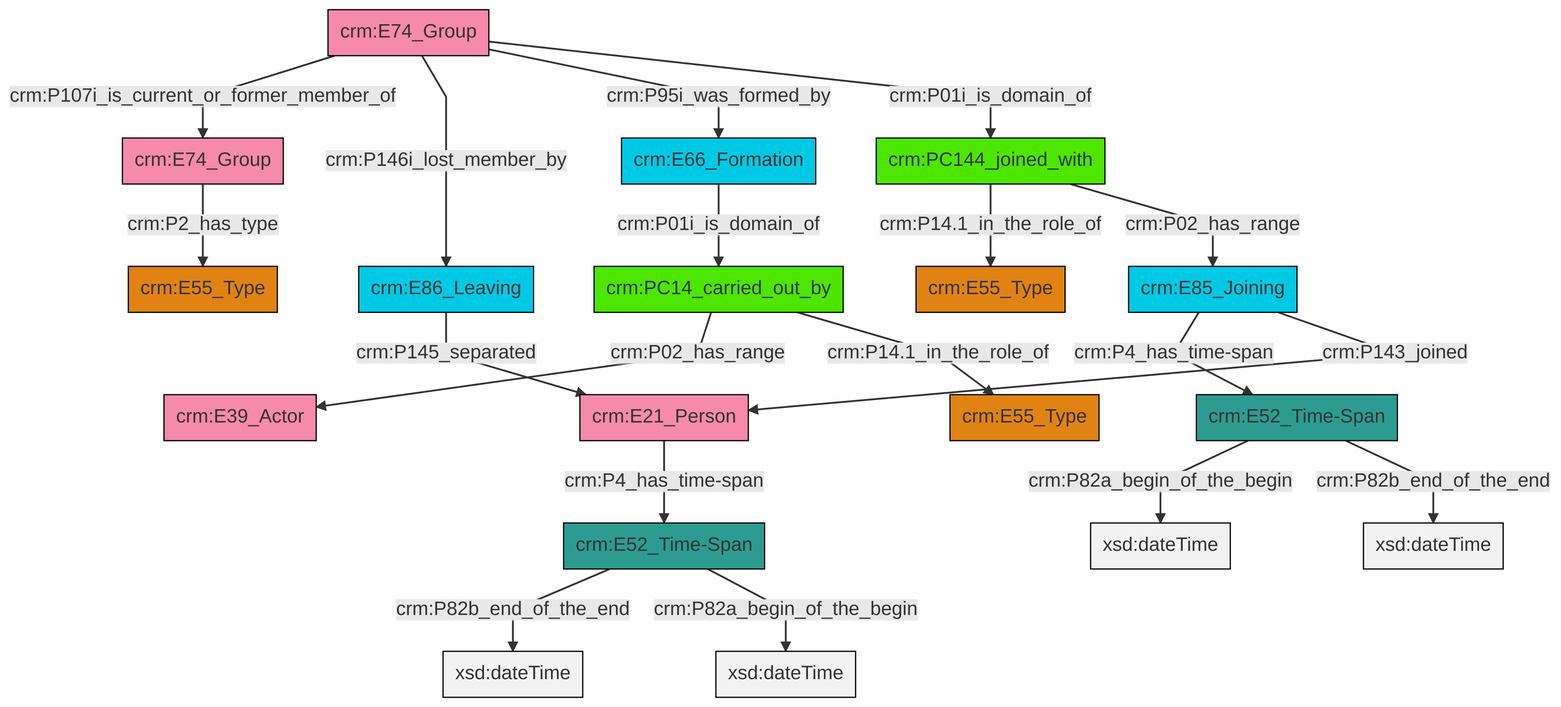
Above: et/groupCSV/ttl/mmd/png/group_actor_relations.png in swiss-art-research-net/docs.swissartresearch (Mermaid), before the change. Its source is kept beside it as et/groupCSV/ttl/mmd/group_actor_relations.ttl.mmd.
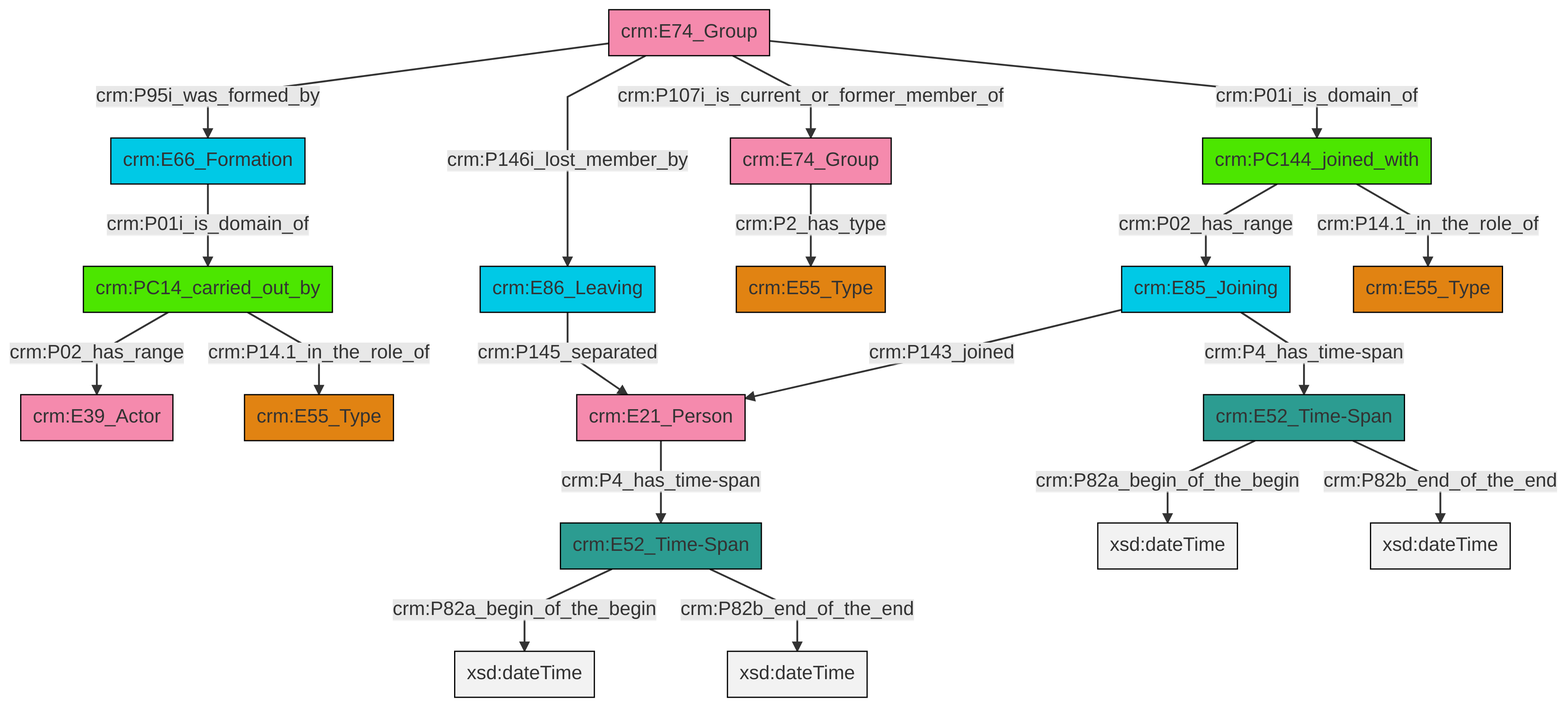
After the commit.

What changed in the source:
```diff
@@ -13,21 +13,21 @@
 classDef PC_Classes fill:#4ce600, stroke:#000000;
 classDef Multi fill:#cccccc,stroke:#000000;
 
-2["crm:PC144_joined_with"]:::PC_Classes -->|crm:P14.1_in_the_role_of| 3["crm:E55_Type"]:::Type
-7["crm:E66_Formation"]:::Temporal_Entity -->|crm:P01i_is_domain_of| 8["crm:PC14_carried_out_by"]:::PC_Classes
-12["crm:E74_Group"]:::Actor -->|crm:P107i_is_current_or_former_member_of| 4["crm:E74_Group"]:::Actor
-16["crm:E52_Time-Span"]:::Time-Span -->|crm:P82a_begin_of_the_begin| 17[xsd:dateTime]:::Literal
-18["crm:E21_Person"]:::Actor -->|crm:P4_has_time-span| 19["crm:E52_Time-Span"]:::Time-Span
-20["crm:E85_Joining"]:::Temporal_Entity -->|crm:P4_has_time-span| 16["crm:E52_Time-Span"]:::Time-Span
-16["crm:E52_Time-Span"]:::Time-Span -->|crm:P82b_end_of_the_end| 26[xsd:dateTime]:::Literal
-19["crm:E52_Time-Span"]:::Time-Span -->|crm:P82b_end_of_the_end| 27[xsd:dateTime]:::Literal
-8["crm:PC14_carried_out_by"]:::PC_Classes -->|crm:P02_has_range| 14["crm:E39_Actor"]:::Actor
-12["crm:E74_Group"]:::Actor -->|crm:P146i_lost_member_by| 9["crm:E86_Leaving"]:::Temporal_Entity
-12["crm:E74_Group"]:::Actor -->|crm:P95i_was_formed_by| 7["crm:E66_Formation"]:::Temporal_Entity
-9["crm:E86_Leaving"]:::Temporal_Entity -->|crm:P145_separated| 18["crm:E21_Person"]:::Actor
-12["crm:E74_Group"]:::Actor -->|crm:P01i_is_domain_of| 2["crm:PC144_joined_with"]:::PC_Classes
-20["crm:E85_Joining"]:::Temporal_Entity -->|crm:P143_joined| 18["crm:E21_Person"]:::Actor
-4["crm:E74_Group"]:::Actor -->|crm:P2_has_type| 0["crm:E55_Type"]:::Type
-19["crm:E52_Time-Span"]:::Time-Span -->|crm:P82a_begin_of_the_begin| 34[xsd:dateTime]:::Literal
-8["crm:PC14_carried_out_by"]:::PC_Classes -->|crm:P14.1_in_the_role_of| 21["crm:E55_Type"]:::Type
-2["crm:PC144_joined_with"]:::PC_Classes -->|crm:P02_has_range| 20["crm:E85_Joining"]:::Temporal_Entity
+2["crm:E86_Leaving"]:::Temporal_Entity -->|crm:P145_separated| 3["crm:E21_Person"]:::Actor
+4["crm:E52_Time-Span"]:::Time-Span -->|crm:P82a_begin_of_the_begin| 5[xsd:dateTime]:::Literal
+8["crm:E85_Joining"]:::Temporal_Entity -->|crm:P143_joined| 3["crm:E21_Person"]:::Actor
+3["crm:E21_Person"]:::Actor -->|crm:P4_has_time-span| 0["crm:E52_Time-Span"]:::Time-Span
+6["crm:E74_Group"]:::Actor -->|crm:P95i_was_formed_by| 12["crm:E66_Formation"]:::Temporal_Entity
+13["crm:PC144_joined_with"]:::PC_Classes -->|crm:P02_has_range| 8["crm:E85_Joining"]:::Temporal_Entity
+0["crm:E52_Time-Span"]:::Time-Span -->|crm:P82a_begin_of_the_begin| 14[xsd:dateTime]:::Literal
+17["crm:PC14_carried_out_by"]:::PC_Classes -->|crm:P02_has_range| 18["crm:E39_Actor"]:::Actor
+17["crm:PC14_carried_out_by"]:::PC_Classes -->|crm:P14.1_in_the_role_of| 9["crm:E55_Type"]:::Type
+4["crm:E52_Time-Span"]:::Time-Span -->|crm:P82b_end_of_the_end| 21[xsd:dateTime]:::Literal
+6["crm:E74_Group"]:::Actor -->|crm:P146i_lost_member_by| 2["crm:E86_Leaving"]:::Temporal_Entity
+12["crm:E66_Formation"]:::Temporal_Entity -->|crm:P01i_is_domain_of| 17["crm:PC14_carried_out_by"]:::PC_Classes
+0["crm:E52_Time-Span"]:::Time-Span -->|crm:P82b_end_of_the_end| 24[xsd:dateTime]:::Literal
+6["crm:E74_Group"]:::Actor -->|crm:P107i_is_current_or_former_member_of| 19["crm:E74_Group"]:::Actor
+6["crm:E74_Group"]:::Actor -->|crm:P01i_is_domain_of| 13["crm:PC144_joined_with"]:::PC_Classes
+13["crm:PC144_joined_with"]:::PC_Classes -->|crm:P14.1_in_the_role_of| 28["crm:E55_Type"]:::Type
+8["crm:E85_Joining"]:::Temporal_Entity -->|crm:P4_has_time-span| 4["crm:E52_Time-Span"]:::Time-Span
+19["crm:E74_Group"]:::Actor -->|crm:P2_has_type| 15["crm:E55_Type"]:::Type
```
